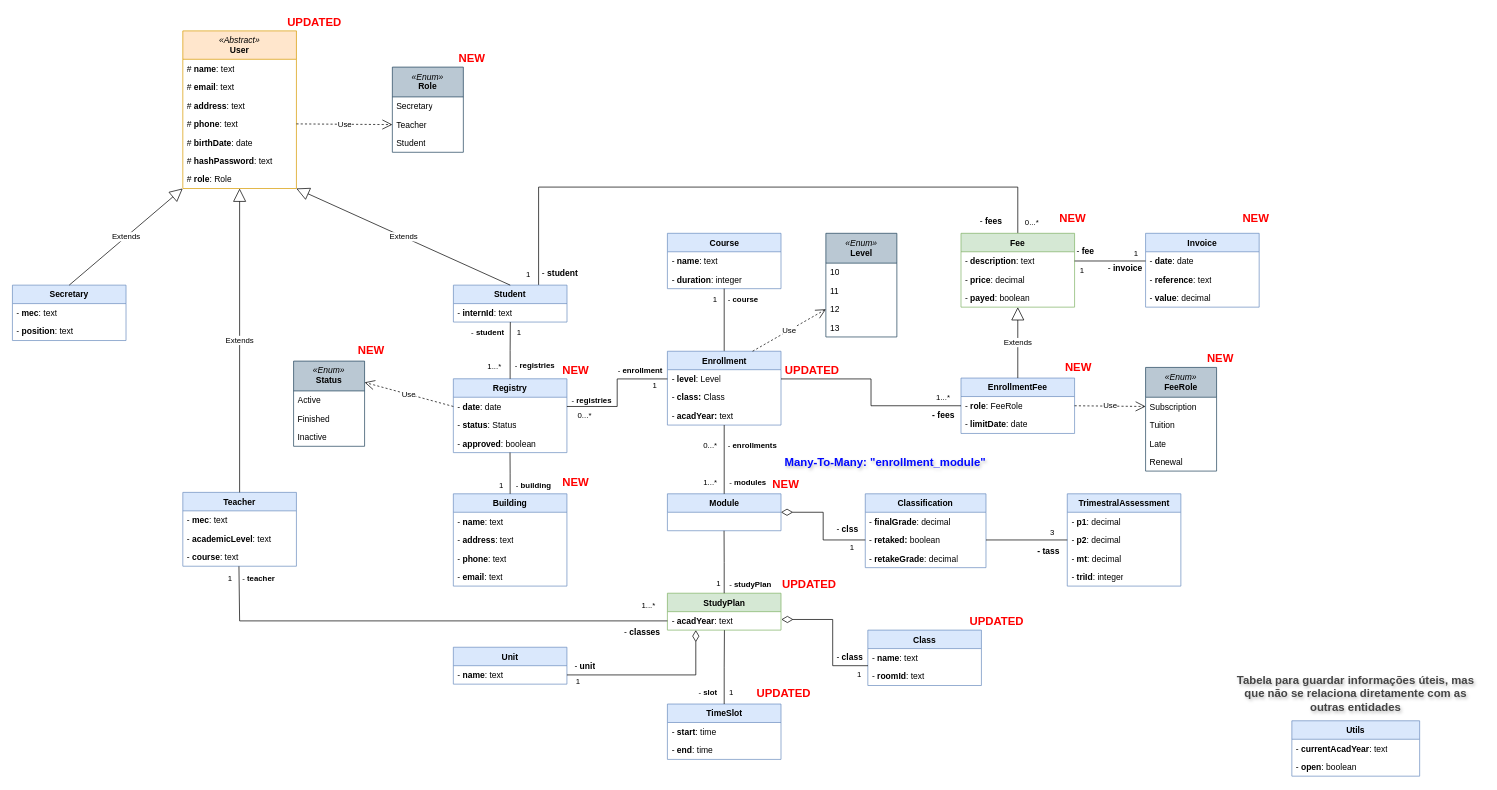
Joaquim-Claudio/Imptel-Online_P.D.S-2024-2025 keeps this draw.io diagram as editables/data-model.drawio. Above is the earlier version. Source tidied: cells renumbered, new cells numbered last; positions are measured from the earlier drawing's top-left corner, leaving out a move shared by most shapes. Both pictures are drawn from the tidied source at 71%, with x=0, y=0 at pixel (12, 12).
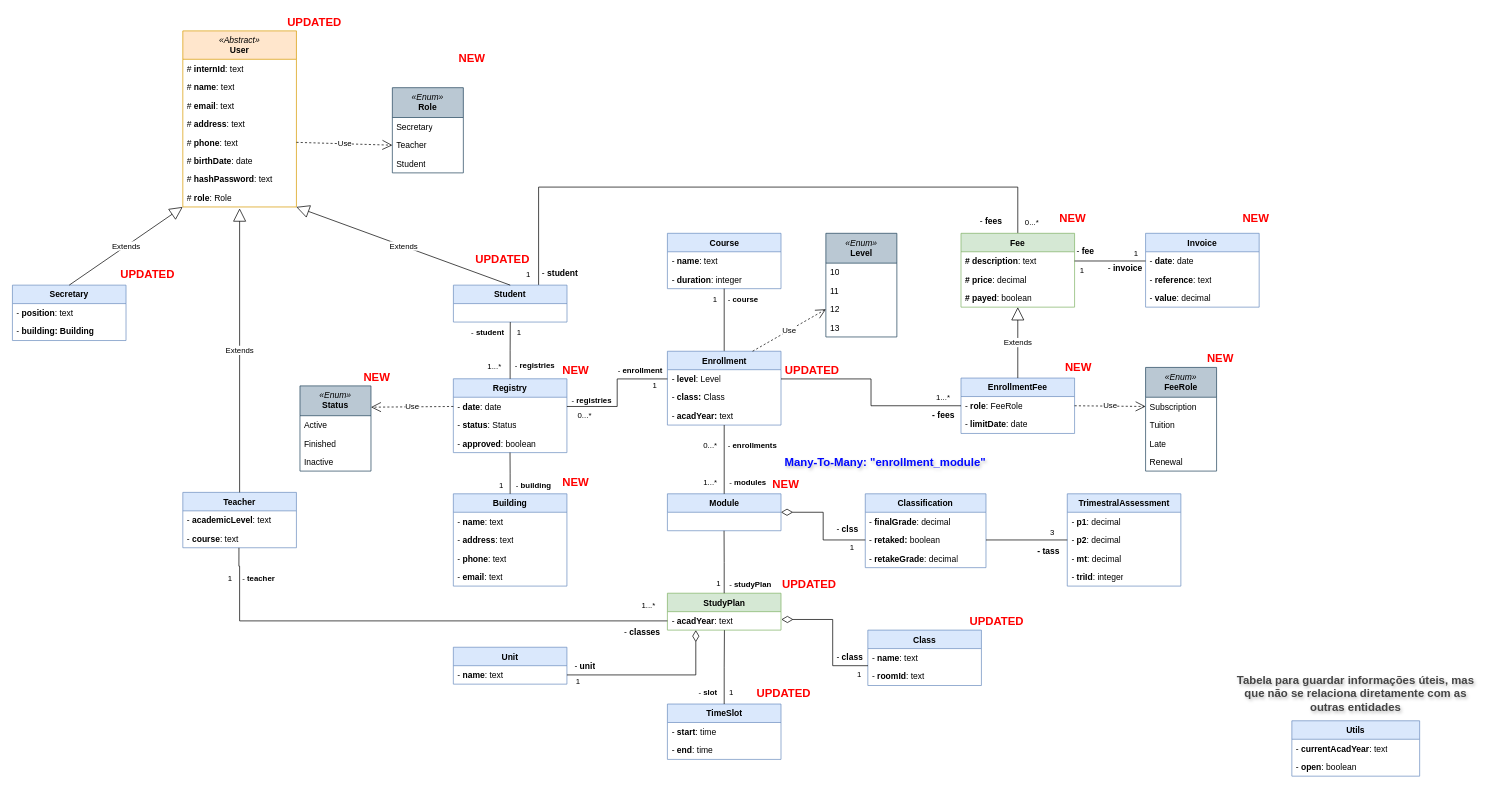
After the change.

The change refers to these unchanged cells:
```xml
<mxCell id="10" value="Secretary" style="swimlane;fontStyle=1;align=center;verticalAlign=top;horizontal=1;startSize=26;whiteSpace=wrap;html=1;fillColor=#dae8fc;strokeColor=#6c8ebf;" parent="1" vertex="1">
  <mxGeometry y="384.1" width="160" height="78" as="geometry" />
</mxCell>
<mxCell id="14" value="Student" style="swimlane;fontStyle=1;align=center;verticalAlign=top;horizontal=1;startSize=26;whiteSpace=wrap;html=1;fillColor=#dae8fc;strokeColor=#6c8ebf;" parent="1" vertex="1">
  <mxGeometry x="621.1" y="384.1" width="160" height="52" as="geometry" />
</mxCell>
<mxCell id="66" value="Registry" style="swimlane;fontStyle=1;align=center;verticalAlign=top;horizontal=1;startSize=26;whiteSpace=wrap;html=1;fillColor=#dae8fc;strokeColor=#6c8ebf;" parent="1" vertex="1">
  <mxGeometry x="621" y="516" width="160" height="104" as="geometry" />
</mxCell>
<mxCell id="116" value="Fee" style="swimlane;fontStyle=1;align=center;verticalAlign=top;horizontal=1;startSize=26;whiteSpace=wrap;html=1;fillColor=#d5e8d4;strokeColor=#82b366;" parent="1" vertex="1">
  <mxGeometry x="1336" y="311.1" width="160" height="104" as="geometry" />
</mxCell>
```

Change to the diagram source:
```diff
@@
     <mxCell id="2" value="&lt;div&gt;&lt;i style=&quot;font-weight: normal;&quot;&gt;«Abstract»&lt;/i&gt;&lt;/div&gt;User" style="swimlane;fontStyle=1;align=center;verticalAlign=top;horizontal=1;startSize=40;whiteSpace=wrap;html=1;fillColor=#ffe6cc;strokeColor=#d79b00;" parent="1" vertex="1">
-      <mxGeometry x="240" y="26" width="160" height="222" as="geometry" />
+      <mxGeometry x="240" y="26" width="160" height="248" as="geometry" />
     </mxCell>
+    <mxCell id="168" value="#&lt;b&gt; internId&lt;/b&gt;: text" style="text;strokeColor=none;fillColor=none;align=left;verticalAlign=top;spacingLeft=4;spacingRight=4;overflow=hidden;whiteSpace=wrap;html=1;" parent="2" vertex="1">
+      <mxGeometry y="40" width="160" height="26" as="geometry" />
+    </mxCell>
     <mxCell id="3" value="# &lt;b&gt;name&lt;/b&gt;: text" style="text;strokeColor=none;fillColor=none;align=left;verticalAlign=top;spacingLeft=4;spacingRight=4;overflow=hidden;whiteSpace=wrap;html=1;" parent="2" vertex="1">
-      <mxGeometry y="40" width="160" height="26" as="geometry" />
+      <mxGeometry y="66" width="160" height="26" as="geometry" />
     </mxCell>
     <mxCell id="4" value="# &lt;b&gt;email&lt;/b&gt;: text" style="text;strokeColor=none;fillColor=none;align=left;verticalAlign=top;spacingLeft=4;spacingRight=4;overflow=hidden;whiteSpace=wrap;html=1;" parent="2" vertex="1">
-      <mxGeometry y="66" width="160" height="26" as="geometry" />
+      <mxGeometry y="92" width="160" height="26" as="geometry" />
     </mxCell>
     <mxCell id="5" value="# &lt;b&gt;address&lt;/b&gt;: text" style="text;strokeColor=none;fillColor=none;align=left;verticalAlign=top;spacingLeft=4;spacingRight=4;overflow=hidden;whiteSpace=wrap;html=1;" parent="2" vertex="1">
-      <mxGeometry y="92" width="160" height="26" as="geometry" />
+      <mxGeometry y="118" width="160" height="26" as="geometry" />
     </mxCell>
     <mxCell id="6" value="# &lt;b&gt;phone&lt;/b&gt;: text" style="text;strokeColor=none;fillColor=none;align=left;verticalAlign=top;spacingLeft=4;spacingRight=4;overflow=hidden;points=[[0,0.5],[1,0.5]];portConstraint=eastwest;whiteSpace=wrap;html=1;" parent="2" vertex="1">
-      <mxGeometry y="118" width="160" height="26" as="geometry" />
+      <mxGeometry y="144" width="160" height="26" as="geometry" />
     </mxCell>
     <mxCell id="7" value="# &lt;b&gt;birthDate&lt;/b&gt;: date" style="text;strokeColor=none;fillColor=none;align=left;verticalAlign=top;spacingLeft=4;spacingRight=4;overflow=hidden;whiteSpace=wrap;html=1;" parent="2" vertex="1">
-      <mxGeometry y="144" width="160" height="26" as="geometry" />
+      <mxGeometry y="170" width="160" height="26" as="geometry" />
     </mxCell>
     <mxCell id="8" value="# &lt;b&gt;hashPassword&lt;/b&gt;: text" style="text;strokeColor=none;fillColor=none;align=left;verticalAlign=top;spacingLeft=4;spacingRight=4;overflow=hidden;whiteSpace=wrap;html=1;" parent="2" vertex="1">
-      <mxGeometry y="170" width="160" height="26" as="geometry" />
+      <mxGeometry y="196" width="160" height="26" as="geometry" />
     </mxCell>
     <mxCell id="9" value="# &lt;b&gt;role&lt;/b&gt;: Role" style="text;strokeColor=none;fillColor=none;align=left;verticalAlign=top;spacingLeft=4;spacingRight=4;overflow=hidden;points=[[0,0.5],[1,0.5]];portConstraint=eastwest;whiteSpace=wrap;html=1;" parent="2" vertex="1">
-      <mxGeometry y="196" width="160" height="26" as="geometry" />
+      <mxGeometry y="222" width="160" height="26" as="geometry" />
     </mxCell>
@@
-    <mxCell id="11" value="- &lt;b&gt;mec&lt;/b&gt;: text" style="text;strokeColor=none;fillColor=none;align=left;verticalAlign=top;spacingLeft=4;spacingRight=4;overflow=hidden;whiteSpace=wrap;html=1;" parent="10" vertex="1">
-      <mxGeometry y="26" width="160" height="26" as="geometry" />
-    </mxCell>
     <mxCell id="12" value="- &lt;b&gt;position&lt;/b&gt;: text" style="text;strokeColor=none;fillColor=none;align=left;verticalAlign=top;spacingLeft=4;spacingRight=4;overflow=hidden;whiteSpace=wrap;html=1;" parent="10" vertex="1">
-      <mxGeometry y="52" width="160" height="26" as="geometry" />
+      <mxGeometry y="26" width="160" height="26" as="geometry" />
     </mxCell>
+    <mxCell id="169" value="- &lt;b&gt;building: Building&lt;/b&gt;" style="text;strokeColor=none;fillColor=none;align=left;verticalAlign=top;spacingLeft=4;spacingRight=4;overflow=hidden;whiteSpace=wrap;html=1;" parent="10" vertex="1">
+      <mxGeometry y="52" width="160" height="26" as="geometry" />
+    </mxCell>
@@
-    <mxCell id="15" value="-&lt;b&gt; internId&lt;/b&gt;: text" style="text;strokeColor=none;fillColor=none;align=left;verticalAlign=top;spacingLeft=4;spacingRight=4;overflow=hidden;points=[[0,0.5],[1,0.5]];portConstraint=eastwest;whiteSpace=wrap;html=1;" parent="14" vertex="1">
-      <mxGeometry y="26" width="160" height="26" as="geometry" />
-    </mxCell>
     <mxCell id="16" value="Teacher" style="swimlane;fontStyle=1;align=center;verticalAlign=top;horizontal=1;startSize=26;whiteSpace=wrap;html=1;fillColor=#dae8fc;strokeColor=#6c8ebf;" parent="1" vertex="1">
-      <mxGeometry x="240" y="676" width="160" height="104" as="geometry" />
+      <mxGeometry x="240" y="676" width="160" height="78" as="geometry" />
     </mxCell>
-    <mxCell id="17" value="- &lt;b&gt;mec&lt;/b&gt;: text&amp;nbsp;" style="text;strokeColor=none;fillColor=none;align=left;verticalAlign=top;spacingLeft=4;spacingRight=4;overflow=hidden;whiteSpace=wrap;html=1;" parent="16" vertex="1">
-      <mxGeometry y="26" width="160" height="26" as="geometry" />
-    </mxCell>
     <mxCell id="18" value="- &lt;b&gt;academicLevel&lt;/b&gt;: text&amp;nbsp;" style="text;strokeColor=none;fillColor=none;align=left;verticalAlign=top;spacingLeft=4;spacingRight=4;overflow=hidden;whiteSpace=wrap;html=1;" parent="16" vertex="1">
-      <mxGeometry y="52" width="160" height="26" as="geometry" />
+      <mxGeometry y="26" width="160" height="26" as="geometry" />
     </mxCell>
     <mxCell id="19" value="- &lt;b&gt;course&lt;/b&gt;: text&amp;nbsp;" style="text;strokeColor=none;fillColor=none;align=left;verticalAlign=top;spacingLeft=4;spacingRight=4;overflow=hidden;points=[[0,0.5],[1,0.5]];portConstraint=eastwest;whiteSpace=wrap;html=1;" parent="16" vertex="1">
-      <mxGeometry y="78" width="160" height="26" as="geometry" />
+      <mxGeometry y="52" width="160" height="26" as="geometry" />
     </mxCell>
@@
-    <mxCell id="37" value="Extends" style="endArrow=block;endSize=16;endFill=0;html=1;rounded=0;exitX=0.5;exitY=0;exitDx=0;exitDy=0;entryX=0.5;entryY=1.003;entryDx=0;entryDy=0;entryPerimeter=0;" parent="1" edge="1" source="16" target="9">
-      <mxGeometry relative="1" as="geometry" />
+    <mxCell id="37" value="Extends" style="endArrow=block;endSize=16;endFill=0;html=1;rounded=0;exitX=0.5;exitY=0;exitDx=0;exitDy=0;" parent="1" edge="1" source="16">
+      <mxGeometry relative="1" as="geometry">
+        <mxPoint x="320" y="276" as="targetPoint" />
+      </mxGeometry>
     </mxCell>
@@
-    <mxCell id="71" style="endArrow=none;html=1;edgeStyle=orthogonalEdgeStyle;rounded=0;entryX=0.501;entryY=1.001;entryDx=0;entryDy=0;entryPerimeter=0;exitX=0.5;exitY=0;exitDx=0;exitDy=0;" parent="1" edge="1" source="66" target="15">
-      <mxGeometry relative="1" as="geometry" />
+    <mxCell id="71" style="endArrow=none;html=1;edgeStyle=orthogonalEdgeStyle;rounded=0;entryX=0.501;entryY=1.001;entryDx=0;entryDy=0;entryPerimeter=0;exitX=0.5;exitY=0;exitDx=0;exitDy=0;" parent="1" edge="1" source="66">
+      <mxGeometry relative="1" as="geometry">
+        <mxPoint x="701.2" y="436.1" as="targetPoint" />
+      </mxGeometry>
     </mxCell>
@@
     <mxCell id="84" value="&lt;div&gt;&lt;i style=&quot;font-weight: normal;&quot;&gt;«Enum»&lt;/i&gt;&lt;/div&gt;&lt;div&gt;&lt;span style=&quot;text-align: left;&quot;&gt;Role&lt;/span&gt;&lt;/div&gt;" style="swimlane;fontStyle=1;align=center;verticalAlign=top;horizontal=1;startSize=42;whiteSpace=wrap;html=1;fillColor=#bac8d3;strokeColor=#23445d;" parent="1" vertex="1">
-      <mxGeometry x="535.1" y="77" width="100" height="120" as="geometry" />
+      <mxGeometry x="535.1" y="106" width="100" height="120" as="geometry" />
     </mxCell>
@@
-    <mxCell id="117" value="- &lt;b&gt;description&lt;/b&gt;: text" style="text;strokeColor=none;fillColor=none;align=left;verticalAlign=top;spacingLeft=4;spacingRight=4;overflow=hidden;points=[[0,0.5],[1,0.5]];portConstraint=eastwest;whiteSpace=wrap;html=1;" parent="116" vertex="1">
+    <mxCell id="117" value="&lt;b&gt;# description&lt;/b&gt;: text" style="text;strokeColor=none;fillColor=none;align=left;verticalAlign=top;spacingLeft=4;spacingRight=4;overflow=hidden;points=[[0,0.5],[1,0.5]];portConstraint=eastwest;whiteSpace=wrap;html=1;" parent="116" vertex="1">
       <mxGeometry y="26" width="160" height="26" as="geometry" />
     </mxCell>
-    <mxCell id="118" value="- &lt;b&gt;price&lt;/b&gt;: decimal" style="text;strokeColor=none;fillColor=none;align=left;verticalAlign=top;spacingLeft=4;spacingRight=4;overflow=hidden;whiteSpace=wrap;html=1;" parent="116" vertex="1">
+    <mxCell id="118" value="&lt;b&gt;# price&lt;/b&gt;: decimal" style="text;strokeColor=none;fillColor=none;align=left;verticalAlign=top;spacingLeft=4;spacingRight=4;overflow=hidden;whiteSpace=wrap;html=1;" parent="116" vertex="1">
       <mxGeometry y="52" width="160" height="26" as="geometry" />
     </mxCell>
-    <mxCell id="119" value="- &lt;b&gt;payed&lt;/b&gt;: boolean" style="text;strokeColor=none;fillColor=none;align=left;verticalAlign=top;spacingLeft=4;spacingRight=4;overflow=hidden;whiteSpace=wrap;html=1;" parent="116" vertex="1">
+    <mxCell id="119" value="&lt;b&gt;# payed&lt;/b&gt;: boolean" style="text;strokeColor=none;fillColor=none;align=left;verticalAlign=top;spacingLeft=4;spacingRight=4;overflow=hidden;whiteSpace=wrap;html=1;" parent="116" vertex="1">
       <mxGeometry y="78" width="160" height="26" as="geometry" />
     </mxCell>
@@
     <mxCell id="144" value="&lt;div&gt;&lt;i style=&quot;font-weight: normal;&quot;&gt;«Enum»&lt;/i&gt;&lt;/div&gt;&lt;div style=&quot;&quot;&gt;Status&lt;/div&gt;" style="swimlane;fontStyle=1;align=center;verticalAlign=top;horizontal=1;startSize=42;whiteSpace=wrap;html=1;fillColor=#bac8d3;strokeColor=#23445d;" parent="1" vertex="1">
-      <mxGeometry x="396" y="491.1" width="100" height="120" as="geometry" />
+      <mxGeometry x="405" y="526" width="100" height="120" as="geometry" />
     </mxCell>
@@
     <mxCell id="149" value="NEW" style="text;align=center;fontStyle=1;verticalAlign=middle;spacingLeft=3;spacingRight=3;html=1;fontColor=#ff0000;fontSize=16;" parent="1" vertex="1">
-      <mxGeometry x="482" y="463" width="45.2" height="26" as="geometry" />
+      <mxGeometry x="489.9" y="500" width="45.2" height="26" as="geometry" />
     </mxCell>
@@
+    <mxCell id="170" value="UPDATED" style="text;align=center;fontStyle=1;verticalAlign=middle;spacingLeft=3;spacingRight=3;html=1;fontColor=#ff0000;fontSize=16;" parent="1" vertex="1">
+      <mxGeometry x="150" y="355.1" width="80.3" height="26" as="geometry" />
+    </mxCell>
+    <mxCell id="171" value="UPDATED" style="text;align=center;fontStyle=1;verticalAlign=middle;spacingLeft=3;spacingRight=3;html=1;fontColor=#ff0000;fontSize=16;" parent="1" vertex="1">
+      <mxGeometry x="649.7" y="334.7" width="80.3" height="26" as="geometry" />
+    </mxCell>
```
